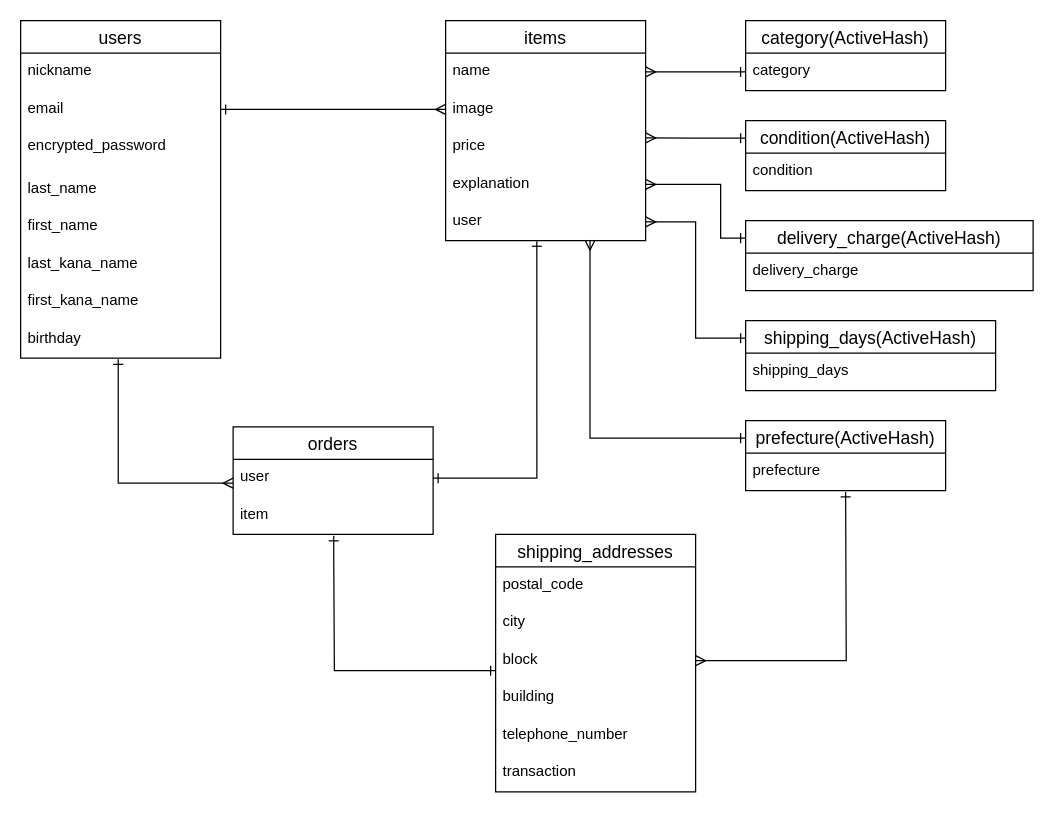
Above: ER.dio in kei-sukey/furima-32584 (draw.io), before the change. Source tidied: cells renumbered, new cells numbered last; positions are measured from the earlier drawing's top-left corner, leaving out a move shared by most shapes. Both pictures are drawn from the tidied source at 125%, with x=0, y=0 at pixel (20, 20).
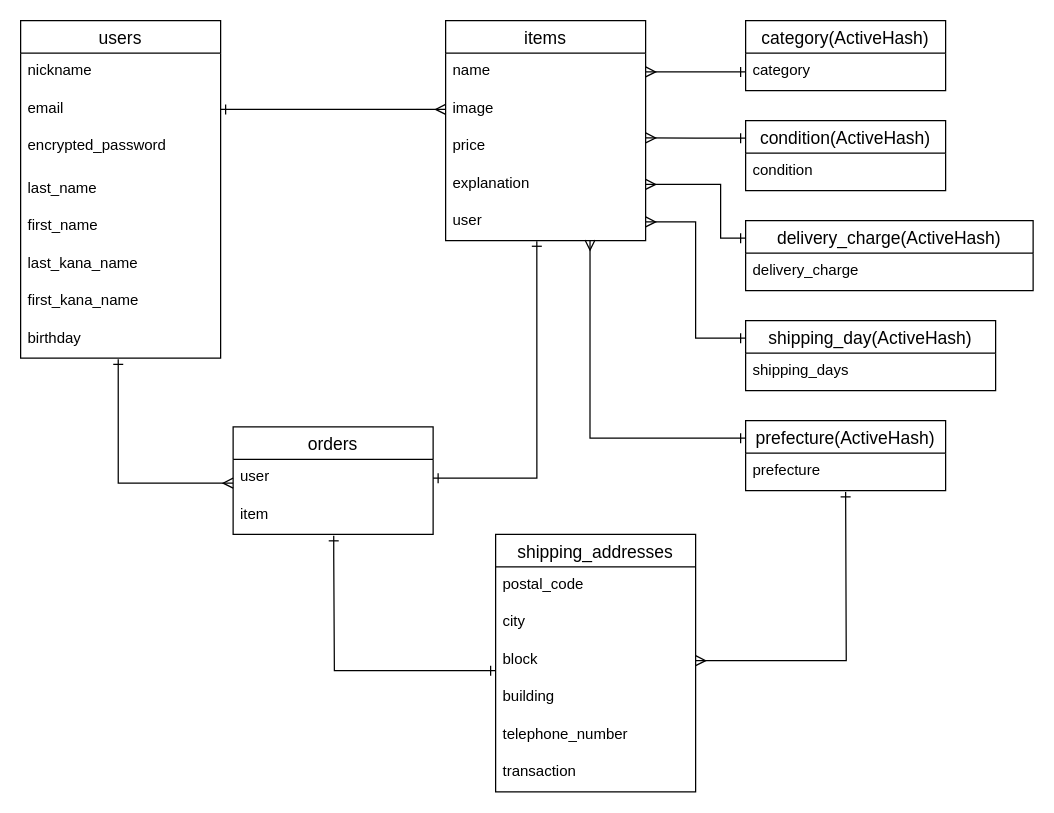
The same page after the edit.

Commit message (it also covers changes not shown here):
コードレビュー修正#3

The edit, as a diff of the source:
```diff
@@
-    <mxCell id="43" value="shipping_days(ActiveHash)" style="swimlane;fontStyle=0;horizontal=1;startSize=26;align=center;fontSize=14;" parent="1" vertex="1">
+    <mxCell id="43" value="shipping_day(ActiveHash)" style="swimlane;fontStyle=0;horizontal=1;startSize=26;align=center;fontSize=14;" parent="1" vertex="1">
       <mxGeometry x="580" y="240" width="200" height="56" as="geometry" />
     </mxCell>
```
